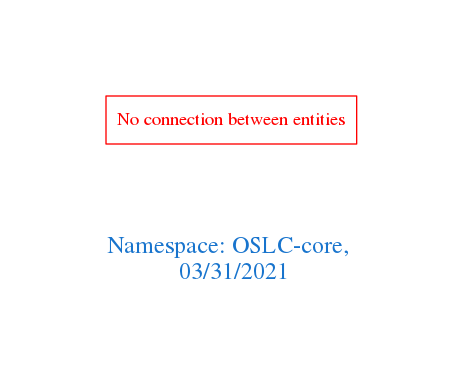
Earlier version of the Graphviz export downloads/OSLC-core.png (arago/OGIT). Its source is kept beside it as downloads/OSLC-core.dot.
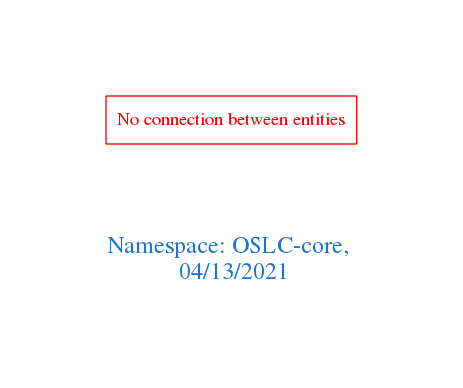
Later version of the same file.

Diff of the diagram source:
```diff
@@ -1,7 +1,7 @@
 digraph OGIT_ontology {
  graph [ rankdir= LR,pad=1
 fontsize = 18,
-fontcolor= dodgerblue3,label = "\n\n\nNamespace: OSLC-core, \n 03/31/2021"];
+fontcolor= dodgerblue3,label = "\n\n\nNamespace: OSLC-core, \n 04/13/2021"];
 node[shape=polygon];
 edge [  color="gray81"];
 
```
